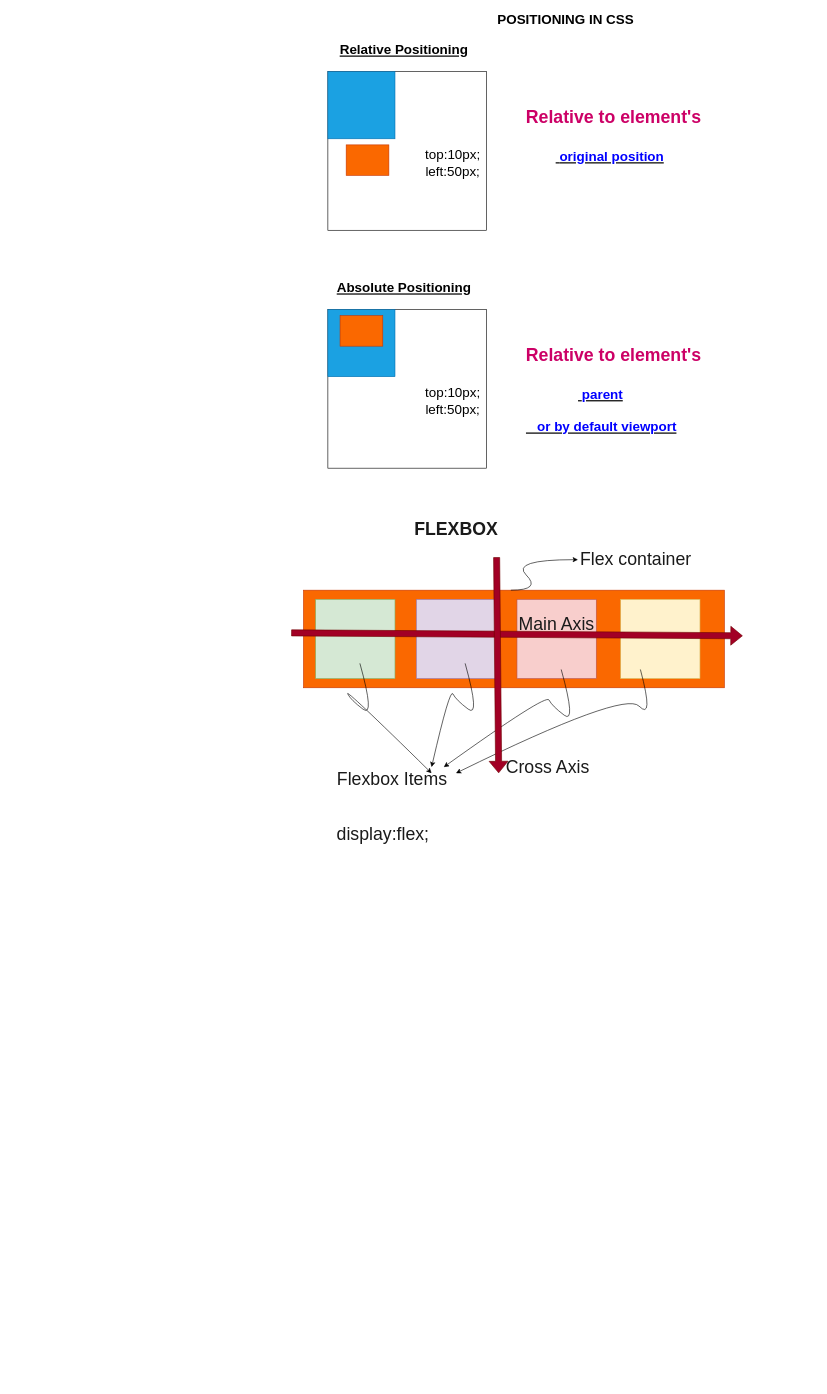
Earlier version of the draw.io diagram CSS.drawio (AysunItai/BlueRidgeHotel). Source tidied: cells renumbered, new cells numbered last; positions are measured from the earlier drawing's top-left corner, leaving out a move shared by most shapes. Both pictures are drawn from the tidied source at 61%, with x=0, y=0 at pixel (291, 10).
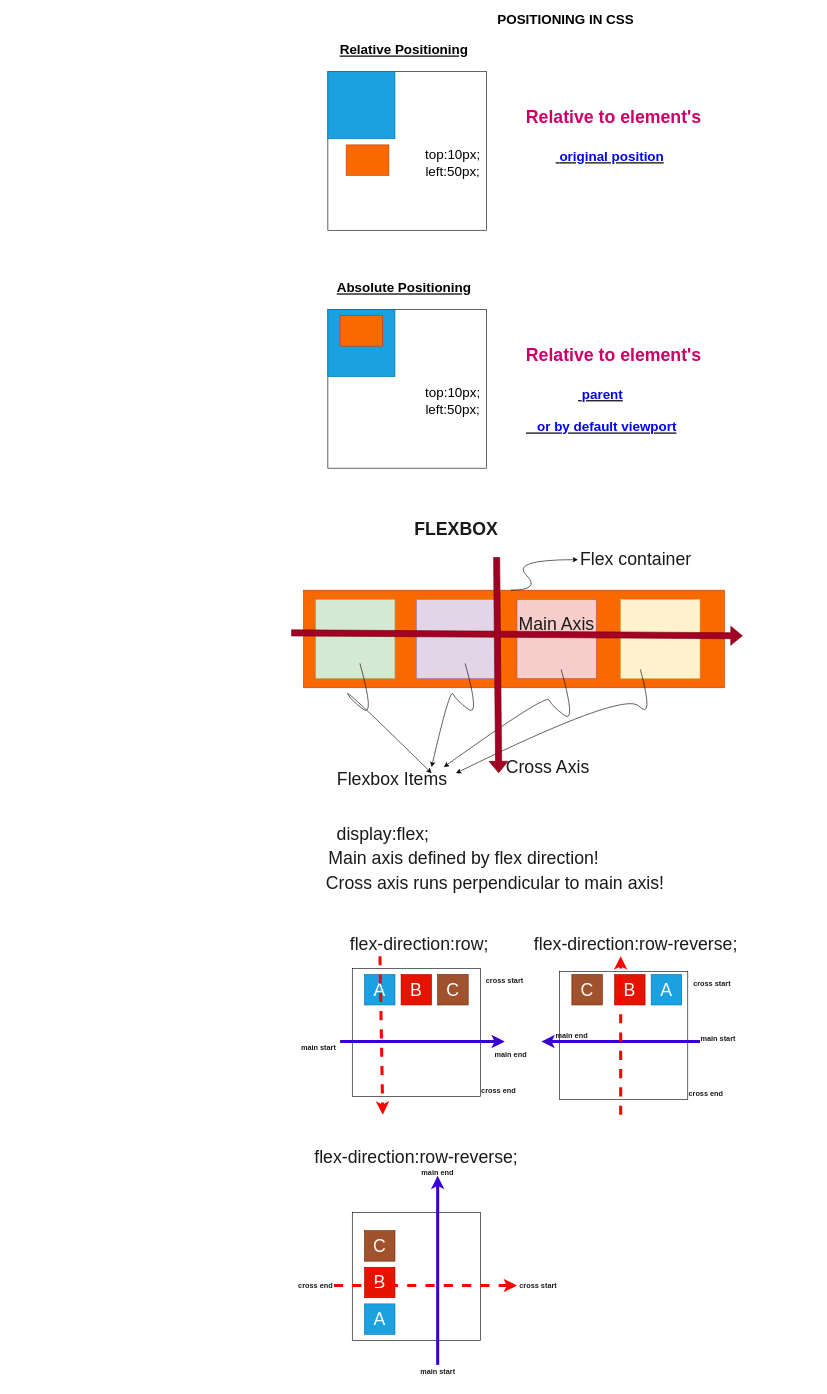
Above is the later version.

Diff of the diagram source:
```diff
@@
+    <mxCell id="33" value="&amp;nbsp; &amp;nbsp; &amp;nbsp; &amp;nbsp; &amp;nbsp; &amp;nbsp; &amp;nbsp; &amp;nbsp; &amp;nbsp; &amp;nbsp; &amp;nbsp; &amp;nbsp; &amp;nbsp; &amp;nbsp; &amp;nbsp; &amp;nbsp; &amp;nbsp; &amp;nbsp; &amp;nbsp; &amp;nbsp; &amp;nbsp; &amp;nbsp; &amp;nbsp; &amp;nbsp; &amp;nbsp;Main axis defined by flex direction!" style="text;html=1;align=center;verticalAlign=middle;strokeColor=none;fillColor=none;fontSize=29;fontColor=#1A1A1A;" parent="1" vertex="1">
+      <mxGeometry x="-340" y="1370" width="850" height="40" as="geometry" />
+    </mxCell>
+    <mxCell id="34" value="&amp;nbsp; &amp;nbsp; &amp;nbsp; &amp;nbsp; &amp;nbsp; &amp;nbsp; &amp;nbsp; &amp;nbsp; &amp;nbsp; &amp;nbsp; &amp;nbsp; &amp;nbsp; &amp;nbsp; &amp;nbsp; &amp;nbsp; &amp;nbsp; &amp;nbsp; &amp;nbsp; &amp;nbsp; &amp;nbsp; &amp;nbsp; &amp;nbsp; &amp;nbsp; &amp;nbsp; &amp;nbsp; &amp;nbsp; &amp;nbsp; &amp;nbsp; &amp;nbsp; &amp;nbsp; &amp;nbsp; &amp;nbsp;Cross axis runs perpendicular to main axis!" style="text;html=1;align=center;verticalAlign=middle;strokeColor=none;fillColor=none;fontSize=29;fontColor=#1A1A1A;" parent="1" vertex="1">
+      <mxGeometry x="-460" y="1410" width="1080" height="40" as="geometry" />
+    </mxCell>
+    <mxCell id="35" style="whiteSpace=wrap;html=1;fontSize=29;fontColor=#1A1A1A;strokeWidth=1;" parent="1" vertex="1">
+      <mxGeometry x="100" y="1570" width="210" height="210" as="geometry" />
+    </mxCell>
+    <mxCell id="36" value="A" style="whiteSpace=wrap;html=1;fontSize=29;fontColor=#ffffff;strokeWidth=1;fillColor=#1ba1e2;strokeColor=#006EAF;" parent="1" vertex="1">
+      <mxGeometry x="120" y="1580" width="50" height="50" as="geometry" />
+    </mxCell>
+    <mxCell id="37" value="B" style="whiteSpace=wrap;html=1;fontSize=29;fontColor=#ffffff;strokeWidth=1;fillColor=#e51400;strokeColor=#B20000;" parent="1" vertex="1">
+      <mxGeometry x="180" y="1580" width="50" height="50" as="geometry" />
+    </mxCell>
+    <mxCell id="38" value="C" style="whiteSpace=wrap;html=1;fontSize=29;fontColor=#ffffff;strokeWidth=1;fillColor=#a0522d;strokeColor=#6D1F00;" parent="1" vertex="1">
+      <mxGeometry x="240" y="1580" width="50" height="50" as="geometry" />
+    </mxCell>
+    <mxCell id="39" value="&amp;nbsp; &amp;nbsp; &amp;nbsp; &amp;nbsp; &amp;nbsp; &amp;nbsp; &amp;nbsp; &amp;nbsp; flex-direction:row;" style="text;html=1;align=center;verticalAlign=middle;points=[];strokeColor=none;fillColor=none;fontSize=29;fontColor=#1A1A1A;" parent="1" vertex="1">
+      <mxGeometry x="-40" y="1510" width="370" height="40" as="geometry" />
+    </mxCell>
+    <mxCell id="40" style="endArrow=classic;html=1;rounded=0;fontSize=28;fontColor=#1A1A1A;fillColor=#6a00ff;strokeColor=#3700CC;strokeWidth=5;" parent="1" edge="1">
+      <mxGeometry relative="1" as="geometry">
+        <mxPoint x="80" y="1690" as="sourcePoint" />
+        <mxPoint x="350" y="1690" as="targetPoint" />
+      </mxGeometry>
+    </mxCell>
+    <mxCell id="41" style="endArrow=classic;html=1;rounded=0;fontSize=28;fontColor=#1A1A1A;strokeWidth=5;strokeColor=#FF0000;dashed=1;" parent="1" edge="1" source="39">
+      <mxGeometry relative="1" as="geometry">
+        <mxPoint x="150" y="1810" as="targetPoint" />
+      </mxGeometry>
+    </mxCell>
+    <mxCell id="42" value="&lt;span style=&quot;font-size: 12px&quot;&gt;&lt;b&gt;main start&lt;/b&gt;&lt;/span&gt;" style="text;html=1;strokeColor=none;fillColor=none;align=center;verticalAlign=middle;whiteSpace=wrap;rounded=0;fontSize=28;fontColor=#1A1A1A;" parent="1" vertex="1">
+      <mxGeometry x="10" y="1680" width="70" height="30" as="geometry" />
+    </mxCell>
+    <mxCell id="43" value="&lt;span style=&quot;font-size: 12px&quot;&gt;&lt;b&gt;main end&lt;/b&gt;&lt;/span&gt;" style="text;html=1;strokeColor=none;fillColor=none;align=center;verticalAlign=middle;whiteSpace=wrap;rounded=0;fontSize=28;fontColor=#1A1A1A;" parent="1" vertex="1">
+      <mxGeometry x="330" y="1690" width="60" height="30" as="geometry" />
+    </mxCell>
+    <mxCell id="44" value="&lt;span style=&quot;font-size: 12px&quot;&gt;&lt;b&gt;cross start&lt;/b&gt;&lt;/span&gt;" style="text;html=1;strokeColor=none;fillColor=none;align=center;verticalAlign=middle;whiteSpace=wrap;rounded=0;fontSize=28;fontColor=#1A1A1A;" parent="1" vertex="1">
+      <mxGeometry x="310" y="1570" width="80" height="30" as="geometry" />
+    </mxCell>
+    <mxCell id="45" value="&lt;span style=&quot;font-size: 12px&quot;&gt;&lt;b&gt;cross end&lt;/b&gt;&lt;/span&gt;" style="text;html=1;strokeColor=none;fillColor=none;align=center;verticalAlign=middle;whiteSpace=wrap;rounded=0;fontSize=28;fontColor=#1A1A1A;" parent="1" vertex="1">
+      <mxGeometry x="310" y="1750" width="60" height="30" as="geometry" />
+    </mxCell>
+    <mxCell id="46" style="whiteSpace=wrap;html=1;fontSize=29;fontColor=#1A1A1A;strokeWidth=1;" parent="1" vertex="1">
+      <mxGeometry x="440" y="1575" width="210" height="210" as="geometry" />
+    </mxCell>
+    <mxCell id="47" value="A" style="whiteSpace=wrap;html=1;fontSize=29;fontColor=#ffffff;strokeWidth=1;fillColor=#1ba1e2;strokeColor=#006EAF;" parent="1" vertex="1">
+      <mxGeometry x="590" y="1580" width="50" height="50" as="geometry" />
+    </mxCell>
+    <mxCell id="48" value="B" style="whiteSpace=wrap;html=1;fontSize=29;fontColor=#ffffff;strokeWidth=1;fillColor=#e51400;strokeColor=#B20000;" parent="1" vertex="1">
+      <mxGeometry x="530" y="1580" width="50" height="50" as="geometry" />
+    </mxCell>
+    <mxCell id="49" value="C" style="whiteSpace=wrap;html=1;fontSize=29;fontColor=#ffffff;strokeWidth=1;fillColor=#a0522d;strokeColor=#6D1F00;" parent="1" vertex="1">
+      <mxGeometry x="460" y="1580" width="50" height="50" as="geometry" />
+    </mxCell>
+    <mxCell id="50" style="endArrow=classic;html=1;rounded=0;fontSize=28;fontColor=#1A1A1A;fillColor=#6a00ff;strokeColor=#3700CC;strokeWidth=5;" parent="1" edge="1">
+      <mxGeometry relative="1" as="geometry">
+        <mxPoint x="670" y="1690" as="sourcePoint" />
+        <mxPoint x="410" y="1690" as="targetPoint" />
+      </mxGeometry>
+    </mxCell>
+    <mxCell id="51" style="endArrow=classic;html=1;rounded=0;fontSize=28;fontColor=#1A1A1A;strokeWidth=5;strokeColor=#FF0000;dashed=1;" parent="1" edge="1">
+      <mxGeometry relative="1" as="geometry">
+        <mxPoint x="540" y="1810" as="sourcePoint" />
+        <mxPoint x="540" y="1550" as="targetPoint" />
+      </mxGeometry>
+    </mxCell>
+    <mxCell id="52" value="&lt;span style=&quot;font-size: 12px&quot;&gt;&lt;b&gt;main start&lt;/b&gt;&lt;/span&gt;" style="text;html=1;strokeColor=none;fillColor=none;align=center;verticalAlign=middle;whiteSpace=wrap;rounded=0;fontSize=28;fontColor=#1A1A1A;" parent="1" vertex="1">
+      <mxGeometry x="670" y="1665" width="60" height="30" as="geometry" />
+    </mxCell>
+    <mxCell id="53" value="&lt;span style=&quot;font-size: 12px&quot;&gt;&lt;b&gt;cross start&lt;/b&gt;&lt;/span&gt;" style="text;html=1;strokeColor=none;fillColor=none;align=center;verticalAlign=middle;whiteSpace=wrap;rounded=0;fontSize=28;fontColor=#1A1A1A;" parent="1" vertex="1">
+      <mxGeometry x="650" y="1575" width="80" height="30" as="geometry" />
+    </mxCell>
+    <mxCell id="54" value="&lt;span style=&quot;font-size: 12px&quot;&gt;&lt;b&gt;cross end&lt;/b&gt;&lt;/span&gt;" style="text;html=1;strokeColor=none;fillColor=none;align=center;verticalAlign=middle;whiteSpace=wrap;rounded=0;fontSize=28;fontColor=#1A1A1A;" parent="1" vertex="1">
+      <mxGeometry x="650" y="1755" width="60" height="30" as="geometry" />
+    </mxCell>
+    <mxCell id="55" value="&amp;nbsp; &amp;nbsp; &amp;nbsp; &amp;nbsp; &amp;nbsp; &amp;nbsp; &amp;nbsp; &amp;nbsp; flex-direction:row-reverse;" style="text;html=1;align=center;verticalAlign=middle;strokeColor=none;fillColor=none;fontSize=29;fontColor=#1A1A1A;" parent="1" vertex="1">
+      <mxGeometry x="260" y="1510" width="480" height="40" as="geometry" />
+    </mxCell>
+    <mxCell id="56" value="&lt;span style=&quot;font-size: 12px&quot;&gt;&lt;b&gt;main end&lt;/b&gt;&lt;/span&gt;" style="text;html=1;strokeColor=none;fillColor=none;align=center;verticalAlign=middle;whiteSpace=wrap;rounded=0;fontSize=28;fontColor=#1A1A1A;" parent="1" vertex="1">
+      <mxGeometry x="430" y="1660" width="60" height="30" as="geometry" />
+    </mxCell>
+    <mxCell id="57" style="whiteSpace=wrap;html=1;fontSize=29;fontColor=#1A1A1A;strokeWidth=1;" parent="1" vertex="1">
+      <mxGeometry x="100" y="1970" width="210" height="210" as="geometry" />
+    </mxCell>
+    <mxCell id="58" value="A" style="whiteSpace=wrap;html=1;fontSize=29;fontColor=#ffffff;strokeWidth=1;fillColor=#1ba1e2;strokeColor=#006EAF;" parent="1" vertex="1">
+      <mxGeometry x="120" y="2120" width="50" height="50" as="geometry" />
+    </mxCell>
+    <mxCell id="59" value="B" style="whiteSpace=wrap;html=1;fontSize=29;fontColor=#ffffff;strokeWidth=1;fillColor=#e51400;strokeColor=#B20000;" parent="1" vertex="1">
+      <mxGeometry x="120" y="2060" width="50" height="50" as="geometry" />
+    </mxCell>
+    <mxCell id="60" value="C" style="whiteSpace=wrap;html=1;fontSize=29;fontColor=#ffffff;strokeWidth=1;fillColor=#a0522d;strokeColor=#6D1F00;" parent="1" vertex="1">
+      <mxGeometry x="120" y="2000" width="50" height="50" as="geometry" />
+    </mxCell>
+    <mxCell id="61" style="endArrow=classic;html=1;rounded=0;fontSize=28;fontColor=#1A1A1A;fillColor=#6a00ff;strokeColor=#3700CC;strokeWidth=5;" parent="1" edge="1">
+      <mxGeometry relative="1" as="geometry">
+        <mxPoint x="240" y="2220" as="sourcePoint" />
+        <mxPoint x="240" y="1910" as="targetPoint" />
+      </mxGeometry>
+    </mxCell>
+    <mxCell id="62" style="endArrow=classic;html=1;rounded=0;fontSize=28;fontColor=#1A1A1A;strokeWidth=5;strokeColor=#FF0000;dashed=1;" parent="1" edge="1">
+      <mxGeometry relative="1" as="geometry">
+        <mxPoint x="70" y="2090" as="sourcePoint" />
+        <mxPoint x="370" y="2090" as="targetPoint" />
+      </mxGeometry>
+    </mxCell>
+    <mxCell id="63" value="&lt;span style=&quot;font-size: 12px&quot;&gt;&lt;b&gt;main start&lt;/b&gt;&lt;/span&gt;" style="text;html=1;strokeColor=none;fillColor=none;align=center;verticalAlign=middle;whiteSpace=wrap;rounded=0;fontSize=28;fontColor=#1A1A1A;" parent="1" vertex="1">
+      <mxGeometry x="202.5" y="2210" width="75" height="30" as="geometry" />
+    </mxCell>
+    <mxCell id="64" value="&lt;span style=&quot;font-size: 12px&quot;&gt;&lt;b&gt;main end&lt;/b&gt;&lt;/span&gt;" style="text;html=1;strokeColor=none;fillColor=none;align=center;verticalAlign=middle;whiteSpace=wrap;rounded=0;fontSize=28;fontColor=#1A1A1A;" parent="1" vertex="1">
+      <mxGeometry x="210" y="1870" width="60" height="60" as="geometry" />
+    </mxCell>
+    <mxCell id="65" value="&lt;span style=&quot;font-size: 12px&quot;&gt;&lt;b&gt;cross start&lt;/b&gt;&lt;/span&gt;" style="text;html=1;strokeColor=none;fillColor=none;align=center;verticalAlign=middle;whiteSpace=wrap;rounded=0;fontSize=28;fontColor=#1A1A1A;" parent="1" vertex="1">
+      <mxGeometry x="365" y="2070" width="80" height="30" as="geometry" />
+    </mxCell>
+    <mxCell id="66" value="&lt;span style=&quot;font-size: 12px&quot;&gt;&lt;b&gt;cross end&lt;/b&gt;&lt;/span&gt;" style="text;html=1;strokeColor=none;fillColor=none;align=center;verticalAlign=middle;whiteSpace=wrap;rounded=0;fontSize=28;fontColor=#1A1A1A;" parent="1" vertex="1">
+      <mxGeometry x="10" y="2070" width="60" height="30" as="geometry" />
+    </mxCell>
+    <mxCell id="67" style="edgeStyle=orthogonalEdgeStyle;rounded=0;orthogonalLoop=1;jettySize=auto;html=1;exitX=0.5;exitY=1;exitDx=0;exitDy=0;dashed=1;fontSize=14;fontColor=#1A1A1A;strokeColor=#FF0000;strokeWidth=5;" parent="1" edge="1" source="63" target="63">
+      <mxGeometry relative="1" as="geometry" />
+    </mxCell>
+    <mxCell id="68" value="&amp;nbsp; &amp;nbsp; &amp;nbsp; &amp;nbsp; &amp;nbsp; &amp;nbsp; &amp;nbsp; &amp;nbsp; flex-direction:row-reverse;" style="text;html=1;align=center;verticalAlign=middle;strokeColor=none;fillColor=none;fontSize=29;fontColor=#1A1A1A;" parent="1" vertex="1">
+      <mxGeometry x="-100" y="1860" width="480" height="40" as="geometry" />
+    </mxCell>
```
